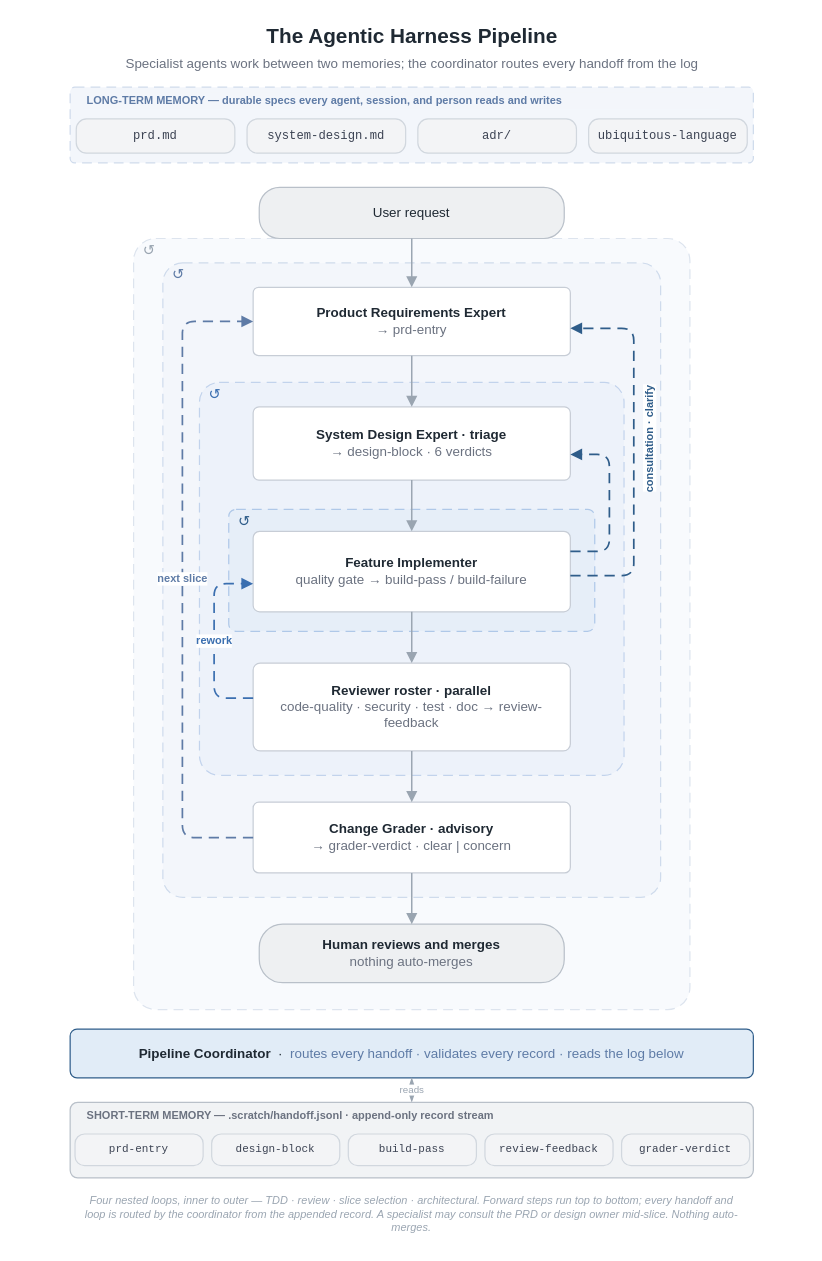
Above: docs/images/pipeline-flow.drawio in woditschka/agentic-coding-reference (draw.io), before the change. Source tidied: cells renumbered, new cells numbered last; positions are measured from the earlier drawing's top-left corner, leaving out a move shared by most shapes. Both pictures are drawn from the tidied source at 122%, with x=0, y=0 at pixel (21, 21).
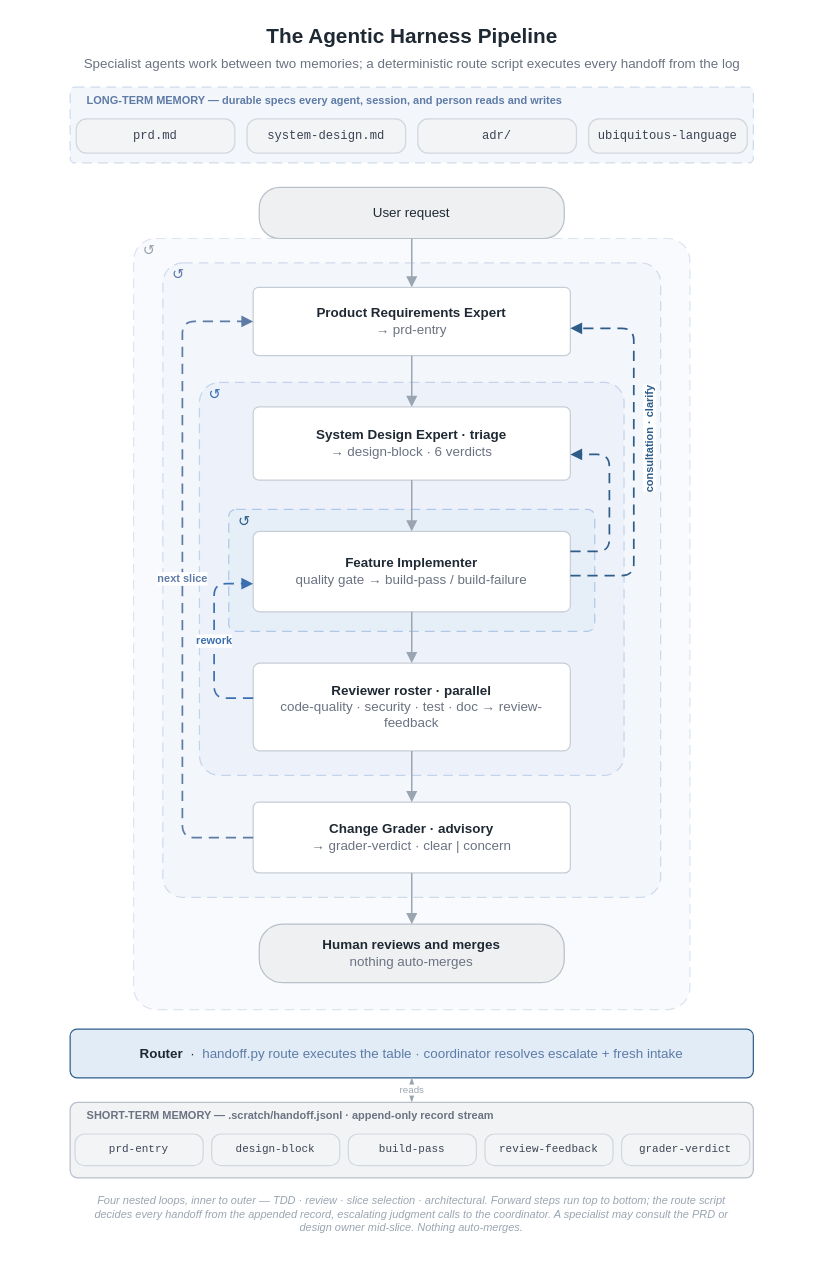
The same page after the edit.

What changed in the source:
```diff
@@
-    <mxCell id="3" value="Specialist agents work between two memories; the coordinator routes every handoff from the log" style="text;html=1;align=center;verticalAlign=middle;fontSize=11;fontColor=#6B7280;" parent="1" vertex="1">
+    <mxCell id="3" value="Specialist agents work between two memories; a deterministic route script executes every handoff from the log" style="text;html=1;align=center;verticalAlign=middle;fontSize=11;fontColor=#6B7280;" parent="1" vertex="1">
       <mxGeometry y="26" width="640" height="18" as="geometry" />
     </mxCell>
@@
-    <mxCell id="35" value="&lt;b&gt;Pipeline Coordinator&lt;/b&gt;&amp;nbsp;&amp;nbsp;·&amp;nbsp;&amp;nbsp;&lt;font color=&quot;#5E7BA6&quot;&gt;routes every handoff · validates every record · reads the log below&lt;/font&gt;" style="rounded=1;arcSize=14;whiteSpace=wrap;html=1;fillColor=#E1ECF7;strokeColor=#2F5D8A;fontSize=11;fontColor=#1F2933;verticalAlign=middle;" parent="1" vertex="1">
+    <mxCell id="35" value="&lt;b&gt;Router&lt;/b&gt;&amp;nbsp;&amp;nbsp;·&amp;nbsp;&amp;nbsp;&lt;font color=&quot;#5E7BA6&quot;&gt;handoff.py route executes the table · coordinator resolves escalate + fresh intake&lt;/font&gt;" style="rounded=1;arcSize=14;whiteSpace=wrap;html=1;fillColor=#E1ECF7;strokeColor=#2F5D8A;fontSize=11;fontColor=#1F2933;verticalAlign=middle;" parent="1" vertex="1">
       <mxGeometry x="40" y="826" width="560" height="40" as="geometry" />
     </mxCell>
@@
-    <mxCell id="43" value="Four nested loops, inner to outer — TDD · review · slice selection · architectural. Forward steps run top to bottom; every handoff and loop is routed by the coordinator from the appended record. A specialist may consult the PRD or design owner mid-slice. Nothing auto-merges." style="text;html=1;align=center;verticalAlign=middle;whiteSpace=wrap;fontSize=9;fontStyle=2;fontColor=#9AA5B1;" parent="1" vertex="1">
+    <mxCell id="43" value="Four nested loops, inner to outer — TDD · review · slice selection · architectural. Forward steps run top to bottom; the route script decides every handoff from the appended record, escalating judgment calls to the coordinator. A specialist may consult the PRD or design owner mid-slice. Nothing auto-merges." style="text;html=1;align=center;verticalAlign=middle;whiteSpace=wrap;fontSize=9;fontStyle=2;fontColor=#9AA5B1;" parent="1" vertex="1">
       <mxGeometry x="50" y="956" width="540" height="44" as="geometry" />
     </mxCell>
```
